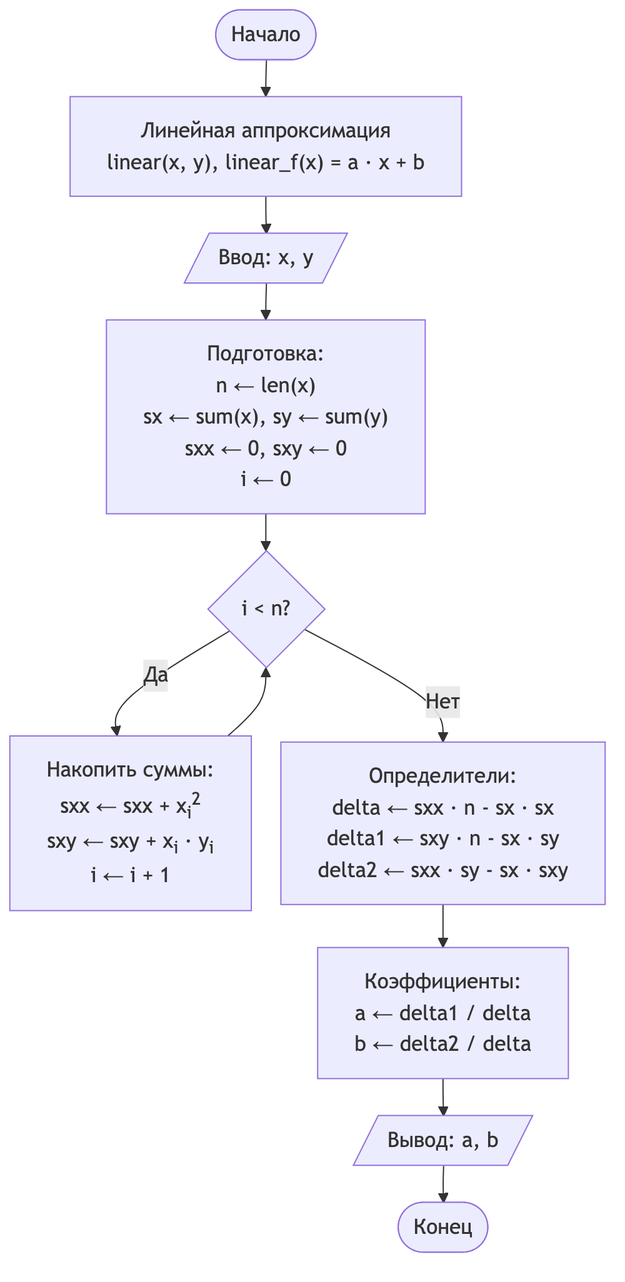
The Mermaid diagram report_assets/linear.png in juliakrasnoshtanova/itmo_compmath_lab4, before a commit. Its source is kept beside it as mermaid/linear.mmd. Its diagram source:
```mermaid
%%{init: {"flowchart": {"nodeSpacing": 24, "rankSpacing": 30, "wrappingWidth": 460}, "themeVariables": {"fontSize": "17px"}}}%%
flowchart TD
    START(["Начало"])
    START --> TITLE["Линейная аппроксимация<br/>linear(x, y),  linear_f(x) = a · x + b"]
    TITLE --> INPUT[/"Ввод: x, y"/]
    INPUT --> INIT["Подготовка:<br/>n ← len(x)<br/>sx ← sum(x), sy ← sum(y)<br/>sxx ← 0, sxy ← 0<br/>i ← 0"]
    INIT --> CHECK_I{"i < n?"}
    CHECK_I -- "Да" --> SUMS["Накопить суммы:<br/>sxx ← sxx + x<sub>i</sub><sup>2</sup><br/>sxy ← sxy + x<sub>i</sub> · y<sub>i</sub><br/>i ← i + 1"]
    SUMS --> CHECK_I
    CHECK_I -- "Нет" --> DELTA["Определители:<br/>delta ← sxx · n - sx · sx<br/>delta1 ← sxy · n - sx · sy<br/>delta2 ← sxx · sy - sx · sxy"]
    DELTA --> COEFFS["Коэффициенты:<br/>a ← delta1 / delta<br/>b ← delta2 / delta"]
    COEFFS --> OUT_OK[/"Вывод: a, b"/]
    OUT_OK --> END_OK(["Конец"])
```
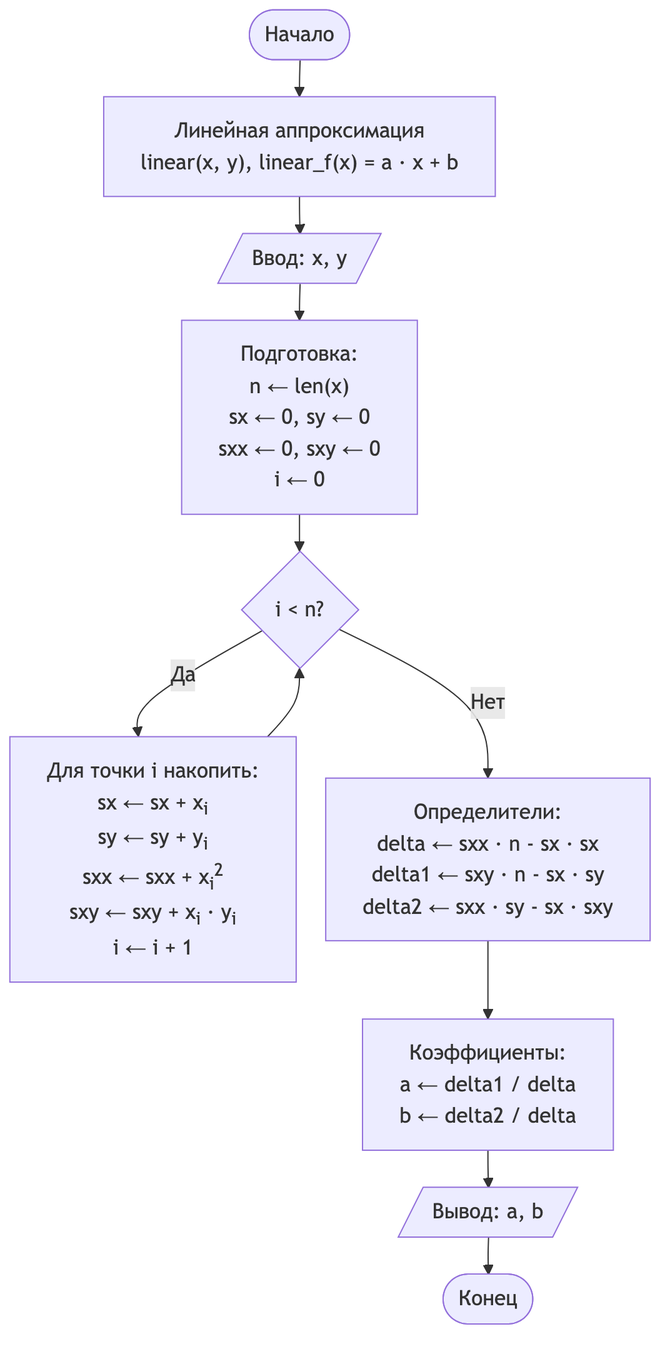
Above is the later version.

Change to the diagram source:
```diff
@@ -3,9 +3,9 @@
     START(["Начало"])
     START --> TITLE["Линейная аппроксимация<br/>linear(x, y),  linear_f(x) = a · x + b"]
     TITLE --> INPUT[/"Ввод: x, y"/]
-    INPUT --> INIT["Подготовка:<br/>n ← len(x)<br/>sx ← sum(x), sy ← sum(y)<br/>sxx ← 0, sxy ← 0<br/>i ← 0"]
+    INPUT --> INIT["Подготовка:<br/>n ← len(x)<br/>sx ← 0, sy ← 0<br/>sxx ← 0, sxy ← 0<br/>i ← 0"]
     INIT --> CHECK_I{"i < n?"}
-    CHECK_I -- "Да" --> SUMS["Накопить суммы:<br/>sxx ← sxx + x<sub>i</sub><sup>2</sup><br/>sxy ← sxy + x<sub>i</sub> · y<sub>i</sub><br/>i ← i + 1"]
+    CHECK_I -- "Да" --> SUMS["Для точки i накопить:<br/>sx ← sx + x<sub>i</sub><br/>sy ← sy + y<sub>i</sub><br/>sxx ← sxx + x<sub>i</sub><sup>2</sup><br/>sxy ← sxy + x<sub>i</sub> · y<sub>i</sub><br/>i ← i + 1"]
     SUMS --> CHECK_I
     CHECK_I -- "Нет" --> DELTA["Определители:<br/>delta ← sxx · n - sx · sx<br/>delta1 ← sxy · n - sx · sy<br/>delta2 ← sxx · sy - sx · sxy"]
     DELTA --> COEFFS["Коэффициенты:<br/>a ← delta1 / delta<br/>b ← delta2 / delta"]
```
